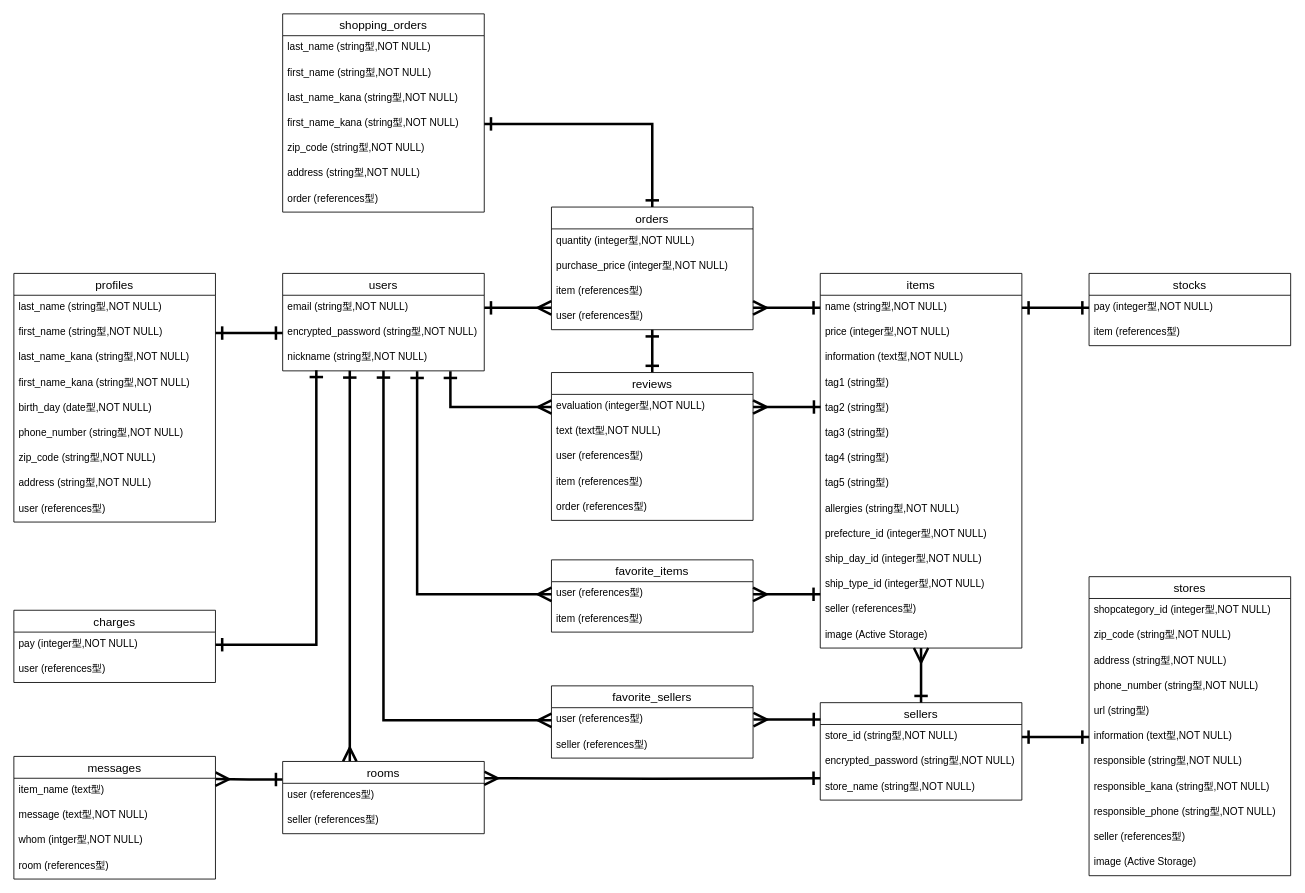
Before: er.dio in Buchikin/ecshop-foodmall, a draw.io diagram. Source tidied: cells renumbered, new cells numbered last; positions are measured from the earlier drawing's top-left corner, leaving out a move shared by most shapes. Both pictures are drawn from the tidied source at 84%, with x=0, y=0 at pixel (13, 13).
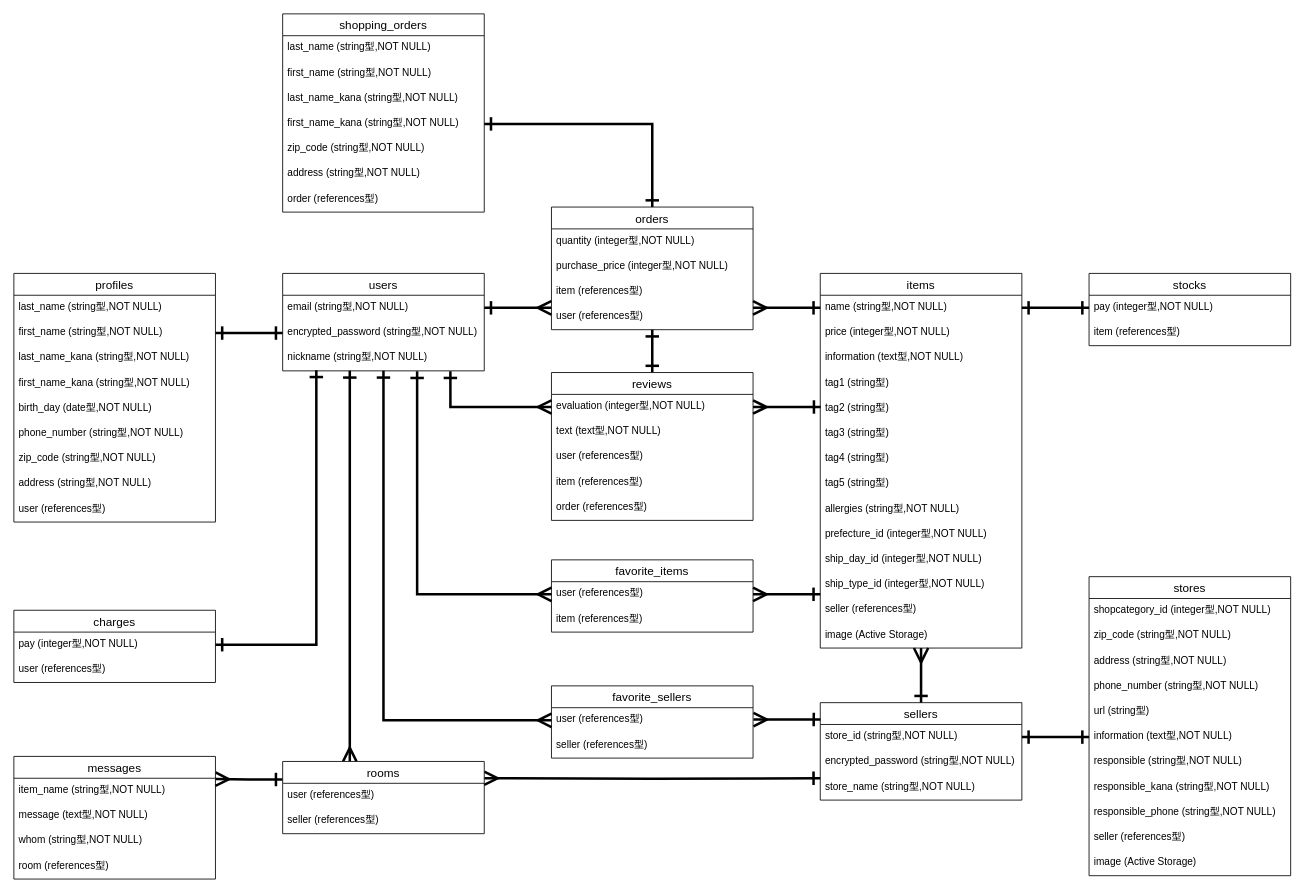
Above is the later version.

Unchanged cells that the change refers to:
```xml
<mxCell id="77" value="messages" style="swimlane;fontStyle=0;horizontal=1;startSize=26;align=center;fontSize=14;" parent="1" vertex="1">
  <mxGeometry y="884" width="240" height="146" as="geometry" />
</mxCell>
```

The edit, as a diff of the source:
```diff
@@
-    <mxCell id="78" value="item_name (text型)" style="text;strokeColor=none;fillColor=none;spacingLeft=4;spacingRight=4;overflow=hidden;fontSize=12;" parent="77" vertex="1">
+    <mxCell id="78" value="item_name (string型,NOT NULL)" style="text;strokeColor=none;fillColor=none;spacingLeft=4;spacingRight=4;overflow=hidden;fontSize=12;" parent="77" vertex="1">
       <mxGeometry y="26" width="240" height="30" as="geometry" />
     </mxCell>
@@
-    <mxCell id="80" value="whom (intger型,NOT NULL)" style="text;strokeColor=none;fillColor=none;spacingLeft=4;spacingRight=4;overflow=hidden;fontSize=12;" parent="77" vertex="1">
+    <mxCell id="80" value="whom (string型,NOT NULL)" style="text;strokeColor=none;fillColor=none;spacingLeft=4;spacingRight=4;overflow=hidden;fontSize=12;" parent="77" vertex="1">
       <mxGeometry y="86" width="240" height="30" as="geometry" />
     </mxCell>
```
